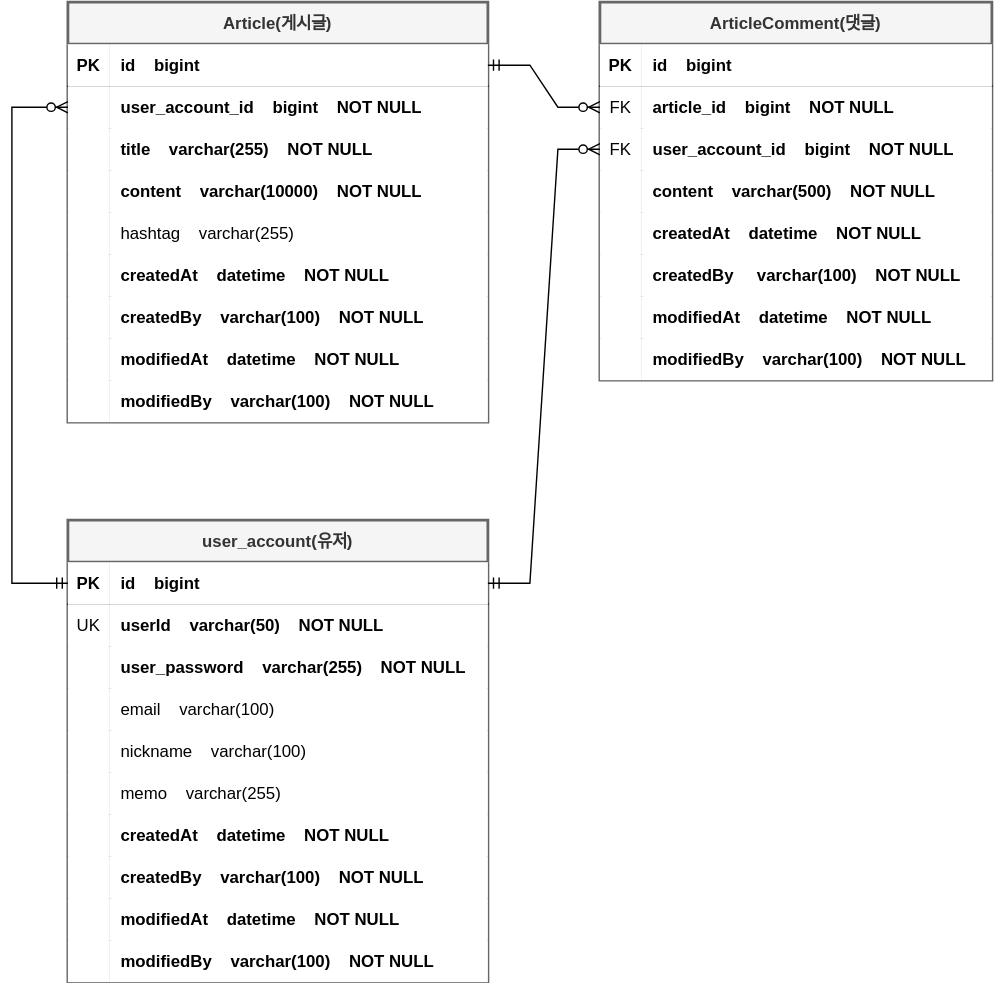
Above: document/board_erd.svg in MJ0501/board (draw.io), before the change. Source tidied: cells renumbered, new cells last; positions are measured from the earlier drawing's top-left corner, leaving out a move shared by most shapes.
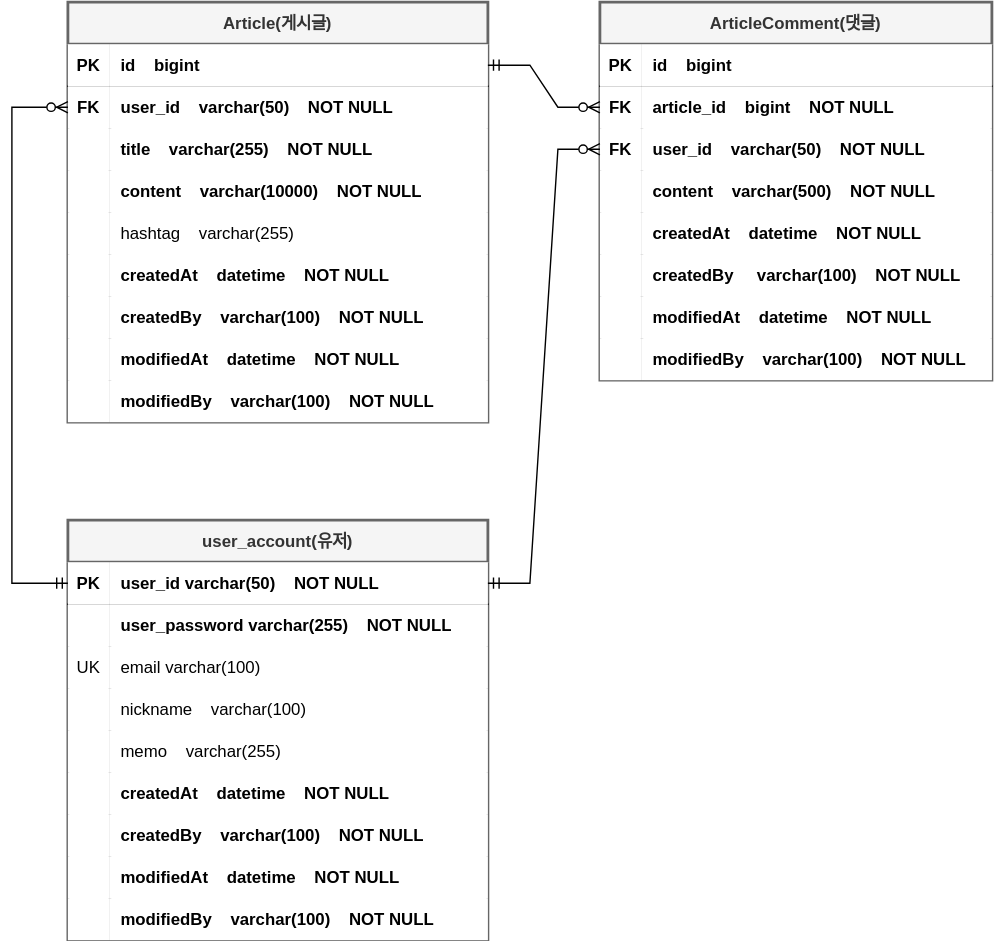
After the commit.

What changed in the source:
```diff
@@ -17,10 +17,10 @@
     <mxCell id="6" style="shape=partialRectangle;fillColor=none;top=0;left=0;right=0;bottom=0;" parent="2" vertex="1">
       <mxGeometry y="60" width="300" height="30" as="geometry" />
     </mxCell>
-    <mxCell id="7" style="shape=partialRectangle;overflow=hidden;fillColor=default;top=0;left=0;bottom=0;right=0;" parent="6" vertex="1">
+    <mxCell id="7" value="FK" style="shape=partialRectangle;overflow=hidden;fillColor=default;top=0;left=0;bottom=0;right=0;fontStyle=1;" parent="6" vertex="1">
       <mxGeometry width="30" height="30" as="geometry" />
     </mxCell>
-    <mxCell id="8" value="user_account_id    bigint    NOT NULL" style="shape=partialRectangle;overflow=hidden;fillColor=default;top=0;left=0;bottom=0;right=0;align=left;spacingLeft=6;fontStyle=1;" parent="6" vertex="1">
+    <mxCell id="8" value="user_id    varchar(50)    NOT NULL" style="shape=partialRectangle;overflow=hidden;fillColor=default;top=0;left=0;bottom=0;right=0;align=left;spacingLeft=6;fontStyle=1;" parent="6" vertex="1">
       <mxGeometry x="30" width="270" height="30" as="geometry" />
     </mxCell>
     <mxCell id="9" style="shape=partialRectangle;fillColor=none;top=0;left=0;right=0;bottom=0;" parent="2" vertex="1">
@@ -101,7 +101,7 @@
     <mxCell id="34" style="shape=partialRectangle;fillColor=none;points=[[0,0.5],[1,0.5]];portConstraint=eastwest;top=0;left=0;right=0;bottom=0;" parent="30" vertex="1">
       <mxGeometry y="60" width="280" height="30" as="geometry" />
     </mxCell>
-    <mxCell id="35" value="FK" style="shape=partialRectangle;overflow=hidden;fillColor=default;top=0;left=0;bottom=0;right=0;" parent="34" vertex="1">
+    <mxCell id="35" value="FK" style="shape=partialRectangle;overflow=hidden;fillColor=default;top=0;left=0;bottom=0;right=0;fontStyle=1;" parent="34" vertex="1">
       <mxGeometry width="30" height="30" as="geometry" />
     </mxCell>
     <mxCell id="36" value="article_id    bigint    NOT NULL" style="shape=partialRectangle;overflow=hidden;fillColor=default;top=0;left=0;bottom=0;right=0;align=left;spacingLeft=6;fontStyle=1;" parent="34" vertex="1">
@@ -110,10 +110,10 @@
     <mxCell id="37" style="shape=partialRectangle;fillColor=none;points=[[0,0.5],[1,0.5]];portConstraint=eastwest;top=0;left=0;right=0;bottom=0;" parent="30" vertex="1">
       <mxGeometry y="90" width="280" height="30" as="geometry" />
     </mxCell>
-    <mxCell id="38" value="FK" style="shape=partialRectangle;overflow=hidden;fillColor=default;top=0;left=0;bottom=0;right=0;" parent="37" vertex="1">
+    <mxCell id="38" value="FK" style="shape=partialRectangle;overflow=hidden;fillColor=default;top=0;left=0;bottom=0;right=0;fontStyle=1;" parent="37" vertex="1">
       <mxGeometry width="30" height="30" as="geometry" />
     </mxCell>
-    <mxCell id="39" value="user_account_id    bigint    NOT NULL" style="shape=partialRectangle;overflow=hidden;fillColor=default;top=0;left=0;bottom=0;right=0;align=left;spacingLeft=6;fontStyle=1;" parent="37" vertex="1">
+    <mxCell id="39" value="user_id    varchar(50)    NOT NULL" style="shape=partialRectangle;overflow=hidden;fillColor=default;top=0;left=0;bottom=0;right=0;align=left;spacingLeft=6;fontStyle=1;" parent="37" vertex="1">
       <mxGeometry x="30" width="250" height="30" as="geometry" />
     </mxCell>
     <mxCell id="40" style="shape=partialRectangle;fillColor=none;top=0;left=0;right=0;bottom=0;" parent="30" vertex="1">
@@ -165,7 +165,7 @@
       <mxGeometry relative="1" as="geometry" />
     </mxCell>
     <mxCell id="56" value="user_account(유저)" style="shape=table;startSize=30;rowLines=0;fontStyle=1;align=center;fillColor=#f5f5f5;fontColor=#333333;strokeColor=#666666;strokeWidth=2;" parent="1" vertex="1">
-      <mxGeometry x="40" y="370" width="300" height="330" as="geometry" />
+      <mxGeometry x="40" y="370" width="300" height="300" as="geometry" />
     </mxCell>
     <mxCell id="57" style="shape=partialRectangle;fillColor=none;points=[[0,0.5],[1,0.5]];portConstraint=eastwest;top=0;left=0;right=0;bottom=1;" parent="56" vertex="1">
       <mxGeometry y="30" width="300" height="30" as="geometry" />
@@ -173,38 +173,29 @@
     <mxCell id="58" value="PK" style="shape=partialRectangle;overflow=hidden;fillColor=default;top=0;left=0;bottom=0;right=0;fontStyle=1;" parent="57" vertex="1">
       <mxGeometry width="30" height="30" as="geometry" />
     </mxCell>
-    <mxCell id="59" value="id    bigint" style="shape=partialRectangle;overflow=hidden;fillColor=default;top=0;left=0;bottom=0;right=0;align=left;spacingLeft=6;fontStyle=1;" parent="57" vertex="1">
+    <mxCell id="59" value="user_id varchar(50)    NOT NULL" style="shape=partialRectangle;overflow=hidden;fillColor=default;top=0;left=0;bottom=0;right=0;align=left;spacingLeft=6;fontStyle=1;" parent="57" vertex="1">
       <mxGeometry x="30" width="270" height="30" as="geometry" />
     </mxCell>
     <mxCell id="60" style="shape=partialRectangle;fillColor=none;top=0;left=0;right=0;bottom=0;" parent="56" vertex="1">
       <mxGeometry y="60" width="300" height="30" as="geometry" />
     </mxCell>
+    <mxCell id="89" style="shape=partialRectangle;overflow=hidden;fillColor=default;top=0;left=0;bottom=0;right=0;" parent="60" vertex="1">
+      <mxGeometry width="30" height="30" as="geometry" />
+    </mxCell>
+    <mxCell id="65" value="user_password varchar(255)    NOT NULL" style="shape=partialRectangle;overflow=hidden;fillColor=default;top=0;left=0;bottom=0;right=0;align=left;spacingLeft=6;fontStyle=1;" parent="60" vertex="1">
+      <mxGeometry x="30" width="270" height="30" as="geometry" />
+    </mxCell>
+    <mxCell id="63" style="shape=partialRectangle;fillColor=none;top=0;left=0;right=0;bottom=0;" parent="56" vertex="1">
+      <mxGeometry y="90" width="300" height="30" as="geometry" />
+    </mxCell>
-    <mxCell id="61" value="UK" style="shape=partialRectangle;overflow=hidden;fillColor=default;top=0;left=0;bottom=0;right=0;" parent="60" vertex="1">
+    <mxCell id="61" value="UK" style="shape=partialRectangle;overflow=hidden;fillColor=default;top=0;left=0;bottom=0;right=0;" parent="63" vertex="1">
       <mxGeometry width="30" height="30" as="geometry" />
     </mxCell>
-    <mxCell id="62" value="userId    varchar(50)    NOT NULL" style="shape=partialRectangle;overflow=hidden;fillColor=default;top=0;left=0;bottom=0;right=0;align=left;spacingLeft=6;fontStyle=1;" parent="60" vertex="1">
-      <mxGeometry x="30" width="270" height="30" as="geometry" />
-    </mxCell>
-    <mxCell id="63" style="shape=partialRectangle;fillColor=none;top=0;left=0;right=0;bottom=0;" parent="56" vertex="1">
-      <mxGeometry y="90" width="300" height="30" as="geometry" />
-    </mxCell>
-    <mxCell id="64" style="shape=partialRectangle;overflow=hidden;fillColor=default;top=0;left=0;bottom=0;right=0;" parent="63" vertex="1">
-      <mxGeometry width="30" height="30" as="geometry" />
-    </mxCell>
-    <mxCell id="65" value="user_password    varchar(255)    NOT NULL" style="shape=partialRectangle;overflow=hidden;fillColor=default;top=0;left=0;bottom=0;right=0;align=left;spacingLeft=6;fontStyle=1;" parent="63" vertex="1">
-      <mxGeometry x="30" width="270" height="30" as="geometry" />
-    </mxCell>
-    <mxCell id="66" style="shape=partialRectangle;fillColor=none;top=0;left=0;right=0;bottom=0;" parent="56" vertex="1">
-      <mxGeometry y="120" width="300" height="30" as="geometry" />
-    </mxCell>
-    <mxCell id="67" style="shape=partialRectangle;overflow=hidden;fillColor=default;top=0;left=0;bottom=0;right=0;" parent="66" vertex="1">
-      <mxGeometry width="30" height="30" as="geometry" />
-    </mxCell>
-    <mxCell id="68" value="email    varchar(100)" style="shape=partialRectangle;overflow=hidden;fillColor=default;top=0;left=0;bottom=0;right=0;align=left;spacingLeft=6;" parent="66" vertex="1">
+    <mxCell id="68" value="email varchar(100)" style="shape=partialRectangle;overflow=hidden;fillColor=default;top=0;left=0;bottom=0;right=0;align=left;spacingLeft=6;fontStyle=0;" parent="63" vertex="1">
       <mxGeometry x="30" width="270" height="30" as="geometry" />
     </mxCell>
     <mxCell id="69" style="shape=partialRectangle;fillColor=none;top=0;left=0;right=0;bottom=0;" parent="56" vertex="1">
-      <mxGeometry y="150" width="300" height="30" as="geometry" />
+      <mxGeometry y="120" width="300" height="30" as="geometry" />
     </mxCell>
     <mxCell id="70" style="shape=partialRectangle;overflow=hidden;fillColor=default;top=0;left=0;bottom=0;right=0;" parent="69" vertex="1">
       <mxGeometry width="30" height="30" as="geometry" />
@@ -213,7 +204,7 @@
       <mxGeometry x="30" width="270" height="30" as="geometry" />
     </mxCell>
     <mxCell id="72" style="shape=partialRectangle;fillColor=none;top=0;left=0;right=0;bottom=0;" parent="56" vertex="1">
-      <mxGeometry y="180" width="300" height="30" as="geometry" />
+      <mxGeometry y="150" width="300" height="30" as="geometry" />
     </mxCell>
     <mxCell id="73" style="shape=partialRectangle;overflow=hidden;fillColor=default;top=0;left=0;bottom=0;right=0;" parent="72" vertex="1">
       <mxGeometry width="30" height="30" as="geometry" />
@@ -222,7 +213,7 @@
       <mxGeometry x="30" width="270" height="30" as="geometry" />
     </mxCell>
     <mxCell id="75" style="shape=partialRectangle;fillColor=none;top=0;left=0;right=0;bottom=0;" parent="56" vertex="1">
-      <mxGeometry y="210" width="300" height="30" as="geometry" />
+      <mxGeometry y="180" width="300" height="30" as="geometry" />
     </mxCell>
     <mxCell id="76" style="shape=partialRectangle;overflow=hidden;fillColor=default;top=0;left=0;bottom=0;right=0;" parent="75" vertex="1">
       <mxGeometry width="30" height="30" as="geometry" />
@@ -231,7 +222,7 @@
       <mxGeometry x="30" width="270" height="30" as="geometry" />
     </mxCell>
     <mxCell id="78" style="shape=partialRectangle;fillColor=none;top=0;left=0;right=0;bottom=0;" parent="56" vertex="1">
-      <mxGeometry y="240" width="300" height="30" as="geometry" />
+      <mxGeometry y="210" width="300" height="30" as="geometry" />
     </mxCell>
     <mxCell id="79" style="shape=partialRectangle;overflow=hidden;fillColor=default;top=0;left=0;bottom=0;right=0;" parent="78" vertex="1">
       <mxGeometry width="30" height="30" as="geometry" />
@@ -240,7 +231,7 @@
       <mxGeometry x="30" width="270" height="30" as="geometry" />
     </mxCell>
     <mxCell id="81" style="shape=partialRectangle;fillColor=none;top=0;left=0;right=0;bottom=0;" parent="56" vertex="1">
-      <mxGeometry y="270" width="300" height="30" as="geometry" />
+      <mxGeometry y="240" width="300" height="30" as="geometry" />
     </mxCell>
     <mxCell id="82" style="shape=partialRectangle;overflow=hidden;fillColor=default;top=0;left=0;bottom=0;right=0;" parent="81" vertex="1">
       <mxGeometry width="30" height="30" as="geometry" />
@@ -249,7 +240,7 @@
       <mxGeometry x="30" width="270" height="30" as="geometry" />
     </mxCell>
     <mxCell id="84" style="shape=partialRectangle;fillColor=none;top=0;left=0;right=0;bottom=0;" parent="56" vertex="1">
-      <mxGeometry y="300" width="300" height="30" as="geometry" />
+      <mxGeometry y="270" width="300" height="30" as="geometry" />
     </mxCell>
     <mxCell id="85" style="shape=partialRectangle;overflow=hidden;fillColor=default;top=0;left=0;bottom=0;right=0;" parent="84" vertex="1">
       <mxGeometry width="30" height="30" as="geometry" />
```
